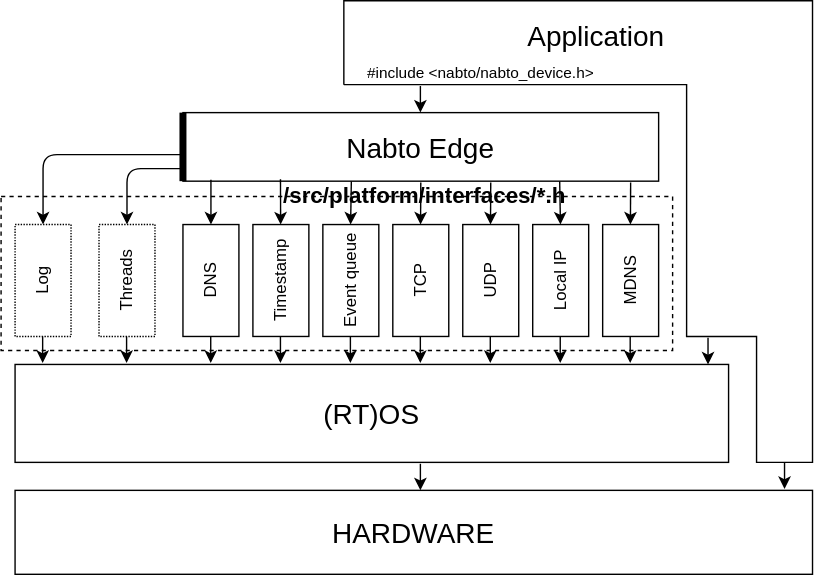
Before: doc/images/platform_integration_overview.svg, a diagram exported from draw.io (nabto/nabto-embedded-sdk). Source tidied: cells renumbered, new cells last; positions are measured from the earlier drawing's top-left corner, leaving out a move shared by most shapes.
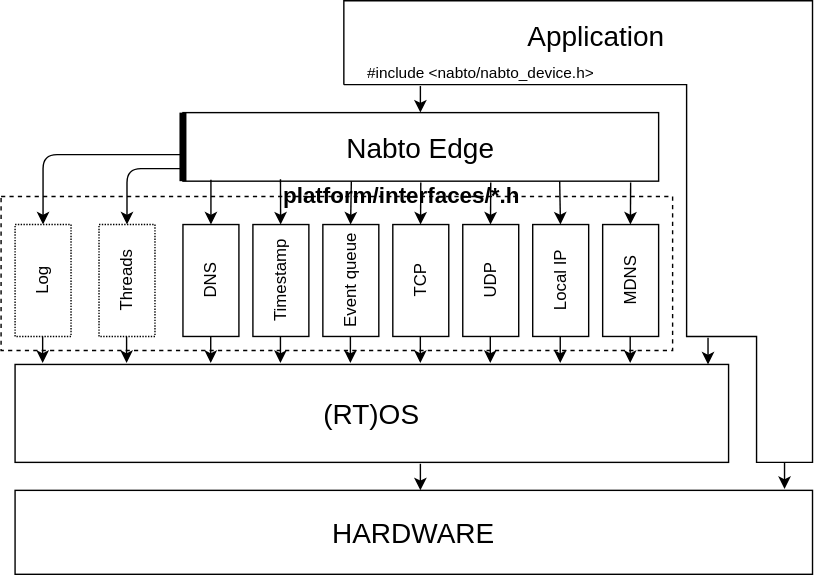
The same diagram one commit later.

Diff of the diagram source:
```diff
@@ -154,8 +154,8 @@
     <mxCell id="32" value="&lt;font style=&quot;font-size: 11px&quot;&gt;#include &amp;lt;nabto/nabto_device.h&amp;gt;&lt;/font&gt;" style="text;html=1;align=left;verticalAlign=middle;fontSize=15;" parent="1" vertex="1">
       <mxGeometry x="260" y="35" width="180" height="30" as="geometry" />
     </mxCell>
-    <mxCell id="33" value="&lt;font style=&quot;font-size: 16px;&quot;&gt;/src/platform/interfaces/*.h&lt;/font&gt;" style="text;html=1;align=left;verticalAlign=middle;fontSize=16;labelPosition=center;verticalLabelPosition=middle;fontStyle=1;" parent="1" vertex="1">
-      <mxGeometry x="200" y="129" width="220" height="20" as="geometry" />
+    <mxCell id="33" value="&lt;font style=&quot;font-size: 16px&quot;&gt;platform/interfaces/*.h&lt;/font&gt;" style="text;html=1;align=left;verticalAlign=middle;fontSize=16;labelPosition=center;verticalLabelPosition=middle;fontStyle=1;" parent="1" vertex="1">
+      <mxGeometry x="200" y="129" width="180" height="20" as="geometry" />
     </mxCell>
     <mxCell id="34" value="Threads" style="rounded=0;whiteSpace=wrap;html=1;rotation=0;horizontal=0;dashed=1;dashPattern=1 1;" parent="1" vertex="1">
       <mxGeometry x="70" y="160" width="40" height="80" as="geometry" />
```
